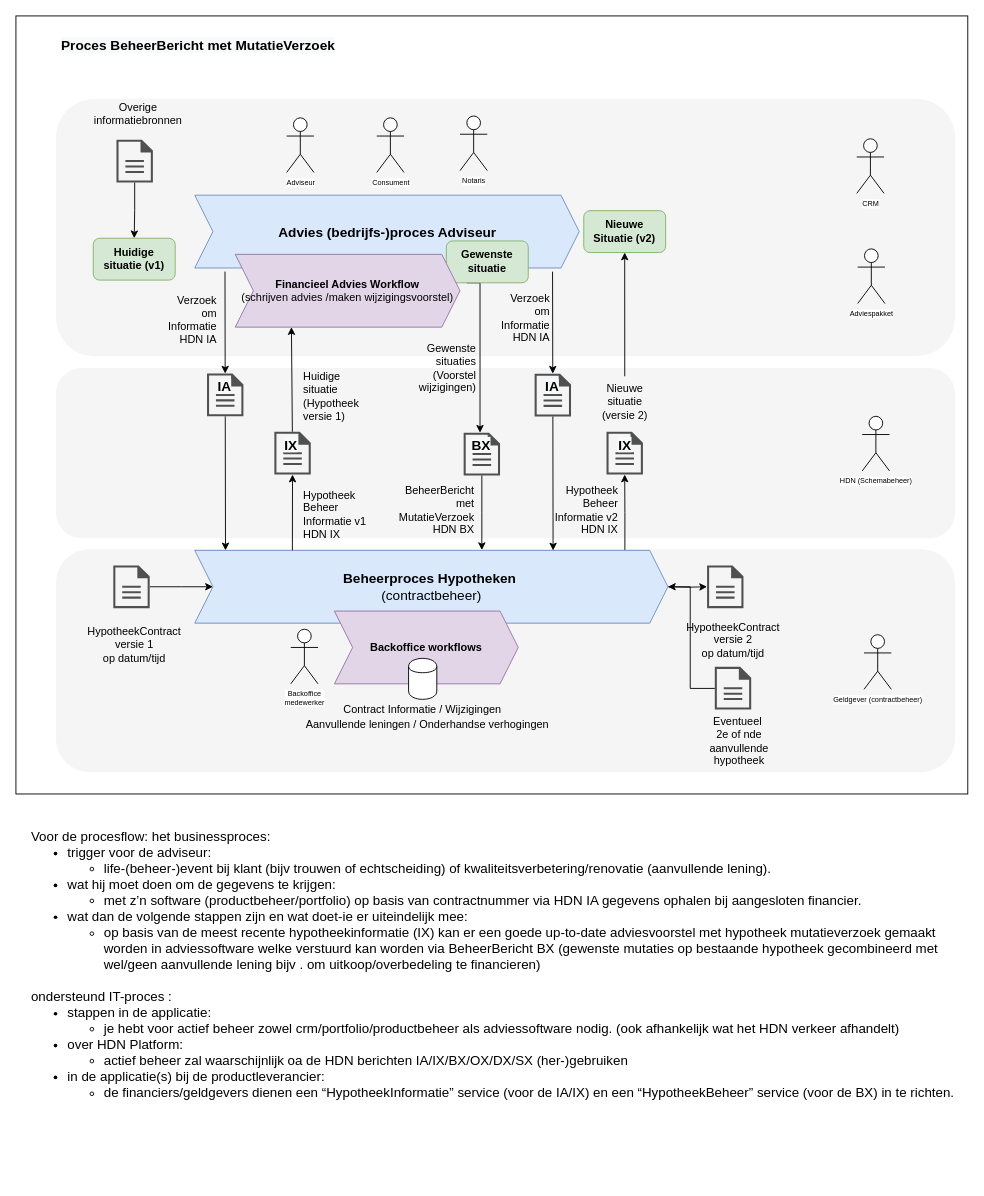
This is page "Mutatieproces" (3 of 6) of HDN-Procesplaten.drawio from luchthandel/diagrams, a draw.io file, before an edit. Source tidied: cells renumbered, new cells numbered last; positions are measured from the earlier drawing's top-left corner, leaving out a move shared by most shapes. Both pictures are drawn from the tidied source at 91%, with x=0, y=0 at pixel (15, 15).
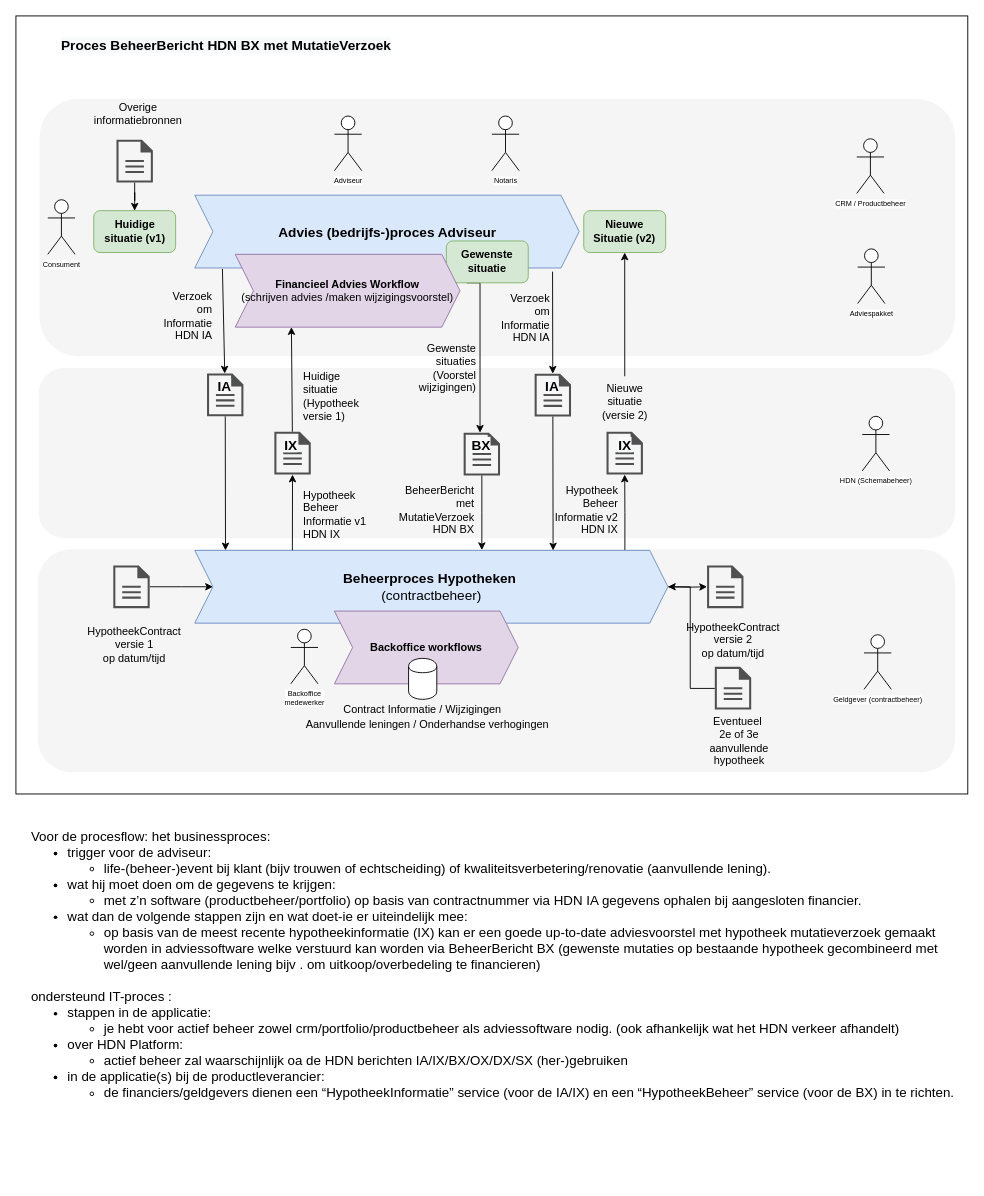
After the change.

The change refers to these unchanged cells:
```xml
<mxCell id="4" value="&lt;font style=&quot;font-size: 15px&quot;&gt;Advies (bedrijfs-)proces Adviseur&lt;/font&gt;" style="shape=step;perimeter=stepPerimeter;whiteSpace=wrap;html=1;fixedSize=1;fontSize=8;align=center;fillColor=#dae8fc;strokeColor=#6c8ebf;fontStyle=1;" parent="1" vertex="1">
  <mxGeometry x="196.5" y="197" width="422.5" height="80" as="geometry" />
</mxCell>
<mxCell id="53" style="shadow=0;dashed=0;html=1;strokeColor=none;fillColor=#505050;labelPosition=center;verticalLabelPosition=bottom;verticalAlign=top;outlineConnect=0;align=center;shape=mxgraph.office.concepts.document;labelBackgroundColor=none;fontColor=#000000;" parent="1" vertex="1">
  <mxGeometry x="210" y="393" width="40" height="47" as="geometry" />
</mxCell>
```

Change to the diagram source:
```diff
@@
     <mxCell id="3" style="rounded=1;whiteSpace=wrap;html=1;fillColor=#f5f5f5;strokeColor=none;fontColor=#333333;" parent="1" vertex="1">
-      <mxGeometry x="44" y="91" width="988" height="283" as="geometry" />
+      <mxGeometry x="26" y="91" width="1006" height="283" as="geometry" />
     </mxCell>
@@
     <mxCell id="5" style="rounded=1;whiteSpace=wrap;html=1;fillColor=#f5f5f5;strokeColor=none;fontColor=#333333;" parent="1" vertex="1">
-      <mxGeometry x="44" y="586" width="988" height="245" as="geometry" />
+      <mxGeometry x="24" y="586" width="1008" height="245" as="geometry" />
     </mxCell>
     <mxCell id="6" style="rounded=1;whiteSpace=wrap;html=1;fillColor=#f5f5f5;strokeColor=none;fontColor=#333333;" parent="1" vertex="1">
-      <mxGeometry x="44" y="387" width="988" height="187" as="geometry" />
+      <mxGeometry x="25" y="387" width="1007" height="187" as="geometry" />
     </mxCell>
@@
     <mxCell id="24" value="Adviseur" style="shape=umlActor;verticalLabelPosition=bottom;labelBackgroundColor=#ffffff;verticalAlign=top;html=1;fontSize=8;align=center;" parent="1" vertex="1">
-      <mxGeometry x="297.5" y="112" width="30" height="60" as="geometry" />
+      <mxGeometry x="350" y="110" width="30" height="60" as="geometry" />
     </mxCell>
@@
-    <mxCell id="27" value="&lt;div&gt;&lt;font face=&quot;helvetica&quot;&gt;&lt;span style=&quot;font-size: 15px ; background-color: rgb(248 , 249 , 250)&quot;&gt;&lt;b&gt;Proces BeheerBericht met MutatieVerzoek&lt;/b&gt;&lt;/span&gt;&lt;/font&gt;&lt;/div&gt;" style="text;whiteSpace=wrap;html=1;align=left;" parent="1" vertex="1">
+    <mxCell id="27" value="&lt;div&gt;&lt;font face=&quot;helvetica&quot;&gt;&lt;span style=&quot;font-size: 15px ; background-color: rgb(248 , 249 , 250)&quot;&gt;&lt;b&gt;Proces BeheerBericht HDN BX met MutatieVerzoek&lt;/b&gt;&lt;/span&gt;&lt;/font&gt;&lt;/div&gt;" style="text;whiteSpace=wrap;html=1;align=left;" parent="1" vertex="1">
       <mxGeometry x="48" y="17" width="397" height="44" as="geometry" />
     </mxCell>
@@
     <mxCell id="32" value="Consument" style="shape=umlActor;verticalLabelPosition=bottom;labelBackgroundColor=#ffffff;verticalAlign=top;html=1;fontSize=8;align=center;" parent="1" vertex="1">
-      <mxGeometry x="396.5" y="112" width="30" height="60" as="geometry" />
+      <mxGeometry x="35" y="202" width="30" height="60" as="geometry" />
     </mxCell>
@@
     <mxCell id="34" value="Huidige situatie (v1)" style="rounded=1;whiteSpace=wrap;html=1;fontStyle=1;fillColor=#d5e8d4;strokeColor=#82b366;" parent="1" vertex="1">
-      <mxGeometry x="85" y="244.3" width="90" height="46" as="geometry" />
+      <mxGeometry x="85.5" y="214" width="90" height="46" as="geometry" />
     </mxCell>
@@
     <mxCell id="40" value="Notaris" style="shape=umlActor;verticalLabelPosition=bottom;labelBackgroundColor=#ffffff;verticalAlign=top;html=1;fontSize=8;align=center;" parent="1" vertex="1">
-      <mxGeometry x="488" y="110" width="30" height="60" as="geometry" />
+      <mxGeometry x="523" y="110" width="30" height="60" as="geometry" />
     </mxCell>
@@
-    <mxCell id="43" value="CRM" style="shape=umlActor;verticalLabelPosition=bottom;labelBackgroundColor=#ffffff;verticalAlign=top;html=1;fontSize=8;align=center;" parent="1" vertex="1">
+    <mxCell id="43" value="CRM / Productbeheer&lt;br&gt;" style="shape=umlActor;verticalLabelPosition=bottom;labelBackgroundColor=#ffffff;verticalAlign=top;html=1;fontSize=8;align=center;" parent="1" vertex="1">
       <mxGeometry x="924" y="135" width="30" height="60" as="geometry" />
     </mxCell>
@@
     <mxCell id="48" value="&lt;div&gt;&lt;font face=&quot;helvetica&quot;&gt;&lt;span style=&quot;font-size: 12px&quot;&gt;Verzoek&lt;/span&gt;&lt;/font&gt;&lt;/div&gt;&lt;div&gt;&lt;font face=&quot;helvetica&quot;&gt;&lt;span style=&quot;font-size: 12px&quot;&gt;om&lt;/span&gt;&lt;/font&gt;&lt;/div&gt;&lt;div&gt;&lt;font face=&quot;helvetica&quot;&gt;&lt;span style=&quot;font-size: 12px&quot;&gt;Informatie&lt;/span&gt;&lt;/font&gt;&lt;/div&gt;&lt;div&gt;&lt;font face=&quot;helvetica&quot;&gt;&lt;span style=&quot;font-size: 12px&quot;&gt;HDN IA&lt;/span&gt;&lt;/font&gt;&lt;/div&gt;" style="text;whiteSpace=wrap;html=1;fontSize=8;align=right;" parent="1" vertex="1">
-      <mxGeometry x="133" y="299" width="90" height="57" as="geometry" />
+      <mxGeometry x="127.5" y="295" width="90" height="57" as="geometry" />
     </mxCell>
@@
-    <mxCell id="52" style="rounded=0;jettySize=auto;html=1;entryX=0.188;entryY=0.671;entryDx=0;entryDy=0;startArrow=classic;startFill=1;endArrow=none;endFill=0;entryPerimeter=0;" parent="1" edge="1" source="53" target="3">
+    <mxCell id="52" style="rounded=0;jettySize=auto;html=1;entryX=0.072;entryY=1.013;entryDx=0;entryDy=0;startArrow=classic;startFill=1;endArrow=none;endFill=0;entryPerimeter=0;" parent="1" edge="1" source="53" target="4">
       <mxGeometry relative="1" as="geometry" />
     </mxCell>
@@
-    <mxCell id="65" value="&lt;div style=&quot;text-align: center&quot;&gt;&lt;div&gt;&lt;font face=&quot;helvetica&quot;&gt;&lt;span style=&quot;font-size: 12px&quot;&gt;Eventueel&amp;nbsp;&lt;/span&gt;&lt;/font&gt;&lt;/div&gt;&lt;div&gt;&lt;font face=&quot;helvetica&quot;&gt;&lt;span style=&quot;font-size: 12px&quot;&gt;2e of nde aanvullende&lt;/span&gt;&lt;/font&gt;&lt;/div&gt;&lt;div&gt;&lt;font face=&quot;helvetica&quot;&gt;&lt;span style=&quot;font-size: 12px&quot;&gt;hypotheek&lt;/span&gt;&lt;/font&gt;&lt;/div&gt;&lt;/div&gt;" style="text;whiteSpace=wrap;html=1;fontSize=8;" parent="1" vertex="1">
+    <mxCell id="65" value="&lt;div style=&quot;text-align: center&quot;&gt;&lt;div&gt;&lt;font face=&quot;helvetica&quot;&gt;&lt;span style=&quot;font-size: 12px&quot;&gt;Eventueel&amp;nbsp;&lt;/span&gt;&lt;/font&gt;&lt;/div&gt;&lt;div&gt;&lt;font face=&quot;helvetica&quot;&gt;&lt;span style=&quot;font-size: 12px&quot;&gt;2e of 3e aanvullende&lt;/span&gt;&lt;/font&gt;&lt;/div&gt;&lt;div&gt;&lt;font face=&quot;helvetica&quot;&gt;&lt;span style=&quot;font-size: 12px&quot;&gt;hypotheek&lt;/span&gt;&lt;/font&gt;&lt;/div&gt;&lt;/div&gt;" style="text;whiteSpace=wrap;html=1;fontSize=8;" parent="1" vertex="1">
       <mxGeometry x="749" y="762.3" width="90" height="57" as="geometry" />
     </mxCell>
```
